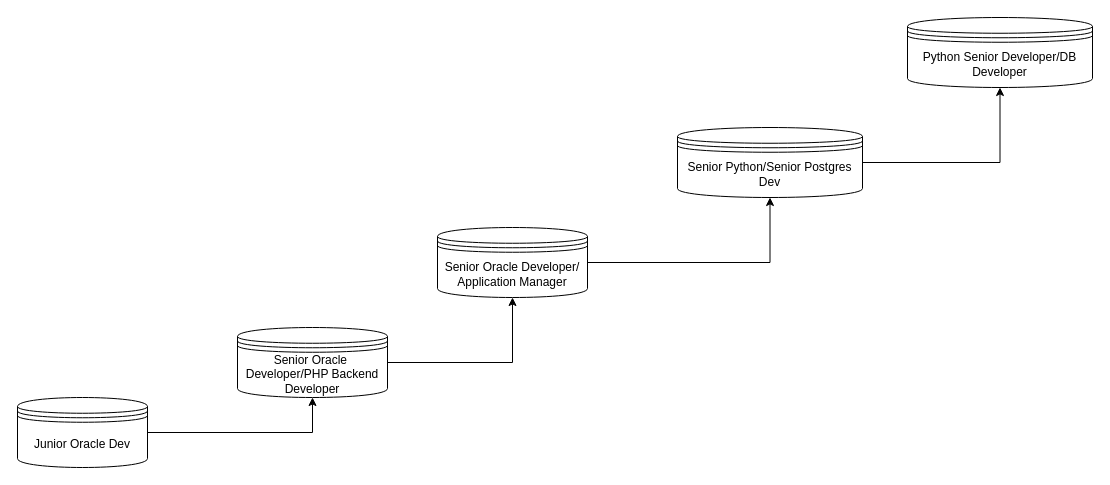
Earlier version of the draw.io diagram Untitled Diagram.drawio (hankli0924/postgres_best_practice). Source tidied: cells renumbered, new cells numbered last; positions are measured from the earlier drawing's top-left corner, leaving out a move shared by most shapes. Both pictures are drawn from the tidied source at 100%, with x=0, y=0 at pixel (17, 17).
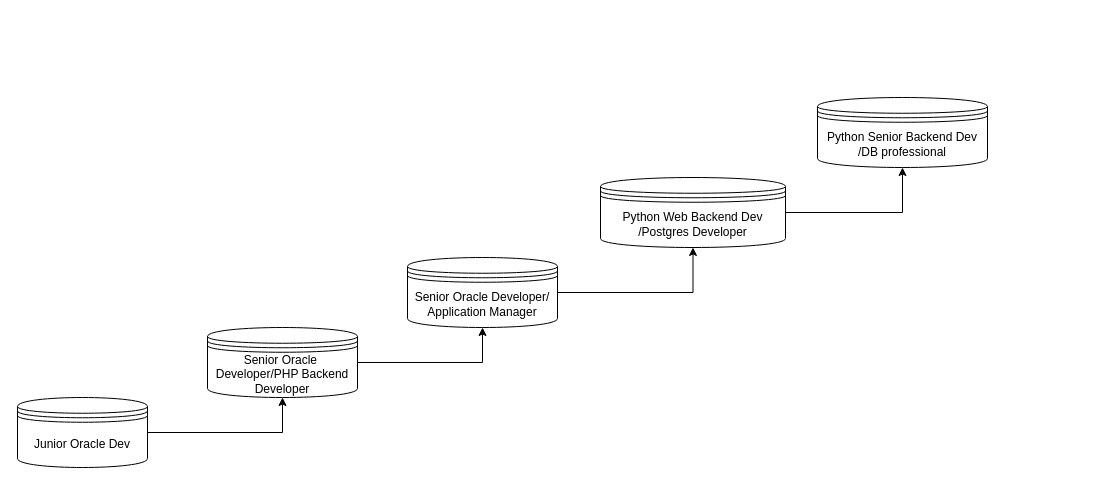
Above is the later version.

Change to the diagram source:
```diff
@@
 <mxGraphModel>
   <root>
     <mxCell id="0" />
     <mxCell id="1" parent="0" />
     <mxCell id="2" style="edgeStyle=orthogonalEdgeStyle;rounded=0;jettySize=auto;html=1;entryX=0.5;entryY=1;entryDx=0;entryDy=0;" parent="1" edge="1" source="3" target="5">
       <mxGeometry relative="1" as="geometry" />
     </mxCell>
     <mxCell id="3" value="Junior Oracle Dev" style="shape=datastore;whiteSpace=wrap;html=1;" parent="1" vertex="1">
       <mxGeometry y="380" width="130" height="70" as="geometry" />
     </mxCell>
     <mxCell id="4" style="edgeStyle=orthogonalEdgeStyle;rounded=0;jettySize=auto;html=1;entryX=0.5;entryY=1;entryDx=0;entryDy=0;" parent="1" edge="1" source="5" target="7">
       <mxGeometry relative="1" as="geometry" />
     </mxCell>
     <mxCell id="5" value="Senior Oracle&amp;nbsp; Developer/PHP Backend Developer" style="shape=datastore;whiteSpace=wrap;html=1;" parent="1" vertex="1">
-      <mxGeometry x="220" y="310" width="150" height="70" as="geometry" />
+      <mxGeometry x="190" y="310" width="150" height="70" as="geometry" />
     </mxCell>
     <mxCell id="6" style="edgeStyle=orthogonalEdgeStyle;rounded=0;jettySize=auto;html=1;entryX=0.5;entryY=1;entryDx=0;entryDy=0;" parent="1" edge="1" source="7" target="9">
       <mxGeometry relative="1" as="geometry" />
     </mxCell>
     <mxCell id="7" value="Senior Oracle Developer/ Application Manager" style="shape=datastore;whiteSpace=wrap;html=1;" parent="1" vertex="1">
-      <mxGeometry x="420" y="210" width="150" height="70" as="geometry" />
+      <mxGeometry x="390" y="240" width="150" height="70" as="geometry" />
     </mxCell>
     <mxCell id="8" style="edgeStyle=orthogonalEdgeStyle;rounded=0;jettySize=auto;html=1;entryX=0.5;entryY=1;entryDx=0;entryDy=0;" parent="1" edge="1" source="9" target="10">
       <mxGeometry relative="1" as="geometry" />
     </mxCell>
-    <mxCell id="9" value="Senior Python/Senior Postgres Dev" style="shape=datastore;whiteSpace=wrap;html=1;" parent="1" vertex="1">
-      <mxGeometry x="660" y="110" width="185" height="70" as="geometry" />
+    <mxCell id="9" value="Python Web Backend Dev&lt;div&gt;/Postgres Developer&lt;/div&gt;" style="shape=datastore;whiteSpace=wrap;html=1;" parent="1" vertex="1">
+      <mxGeometry x="583" y="160" width="185" height="70" as="geometry" />
     </mxCell>
-    <mxCell id="10" value="Python Senior Developer/DB Developer" style="shape=datastore;whiteSpace=wrap;html=1;" parent="1" vertex="1">
-      <mxGeometry x="890" width="185" height="70" as="geometry" />
+    <mxCell id="10" value="Python Senior Backend Dev&lt;div&gt;/DB professional&lt;/div&gt;" style="shape=datastore;whiteSpace=wrap;html=1;" parent="1" vertex="1">
+      <mxGeometry x="800" y="80" width="170" height="70" as="geometry" />
     </mxCell>
   </root>
 </mxGraphModel>
```
